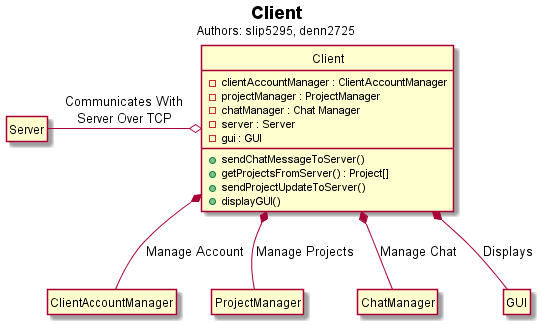
Earlier version of the PlantUML export hw3/Client/client.png (voxelv/sQuire_kw).
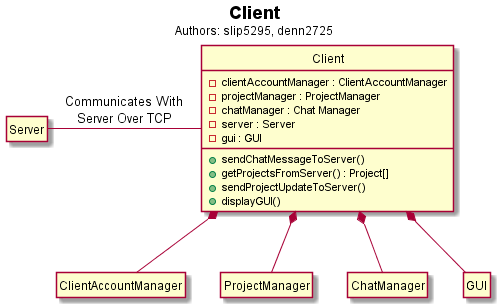
The same file after the commit.

Commit message:
edited Client Class diagram. Added to Homework4 Overleaf doc

The edit, as a diff of the source:
```diff
@@ -24,12 +24,12 @@
 class "Server" as sq_server
 class "GUI" as sq_gui
 
-sq_c o-left- sq_server : Communicates With\nServer Over TCP
+sq_c -left- sq_server : Communicates With\nServer Over TCP
 
-sq_c *-- sq_projmgr :  Manage Projects
-sq_c *-- sq_acntmgr : Manage Account
-sq_c *-- sq_chatmgr : Manage Chat
-sq_c *-- sq_gui : Displays
+sq_c *-- sq_projmgr
+sq_c *-- sq_acntmgr
+sq_c *-- sq_chatmgr
+sq_c *-- sq_gui
 
 
 @enduml
```
